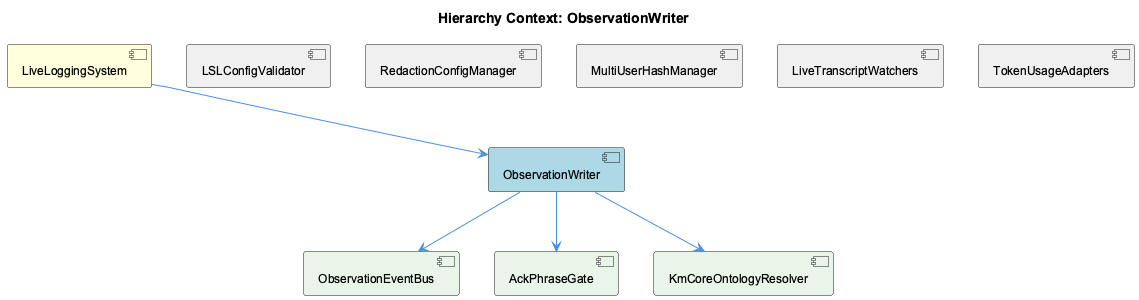
Above: knowledge-management/insights/images/observation-writer-relationship.png in fwornle/coding (PlantUML), before the change.
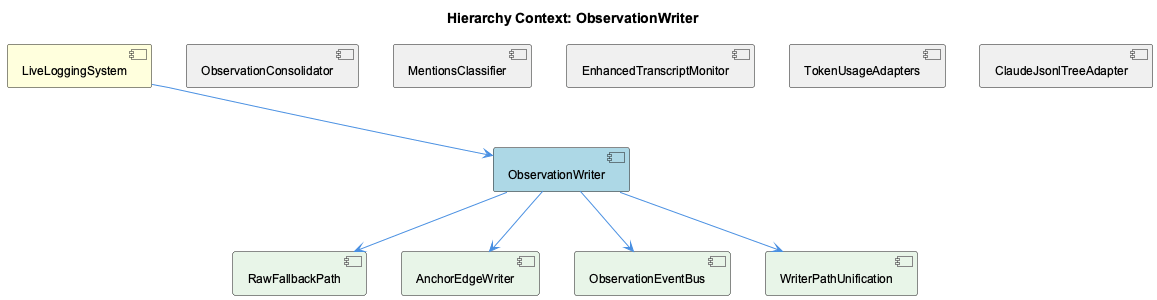
Later version of the same file.

Change to the diagram source:
```diff
@@ -5,23 +5,25 @@
 
 [LiveLoggingSystem] as live_logging_system #FFFFDD
 [ObservationWriter] as observation_writer #LightBlue
-[LSLConfigValidator] as lslconfig_validator #F0F0F0
-[RedactionConfigManager] as redaction_config_manager #F0F0F0
-[MultiUserHashManager] as multi_user_hash_manager #F0F0F0
-[LiveTranscriptWatchers] as live_transcript_watchers #F0F0F0
+[ObservationConsolidator] as observation_consolidator #F0F0F0
+[MentionsClassifier] as mentions_classifier #F0F0F0
+[EnhancedTranscriptMonitor] as enhanced_transcript_monitor #F0F0F0
 [TokenUsageAdapters] as token_usage_adapters #F0F0F0
+[ClaudeJsonlTreeAdapter] as claude_jsonl_tree_adapter #F0F0F0
+[RawFallbackPath] as raw_fallback_path #E8F5E8
+[AnchorEdgeWriter] as anchor_edge_writer #E8F5E8
 [ObservationEventBus] as observation_event_bus #E8F5E8
-[AckPhraseGate] as ack_phrase_gate #E8F5E8
-[KmCoreOntologyResolver] as km_core_ontology_resolver #E8F5E8
+[WriterPathUnification] as writer_path_unification #E8F5E8
 
 live_logging_system --> observation_writer
-lslconfig_validator -[hidden]- observation_writer
-redaction_config_manager -[hidden]- observation_writer
-multi_user_hash_manager -[hidden]- observation_writer
-live_transcript_watchers -[hidden]- observation_writer
+observation_consolidator -[hidden]- observation_writer
+mentions_classifier -[hidden]- observation_writer
+enhanced_transcript_monitor -[hidden]- observation_writer
 token_usage_adapters -[hidden]- observation_writer
+claude_jsonl_tree_adapter -[hidden]- observation_writer
+observation_writer --> raw_fallback_path
+observation_writer --> anchor_edge_writer
 observation_writer --> observation_event_bus
-observation_writer --> ack_phrase_gate
-observation_writer --> km_core_ontology_resolver
+observation_writer --> writer_path_unification
 
 @enduml
```
